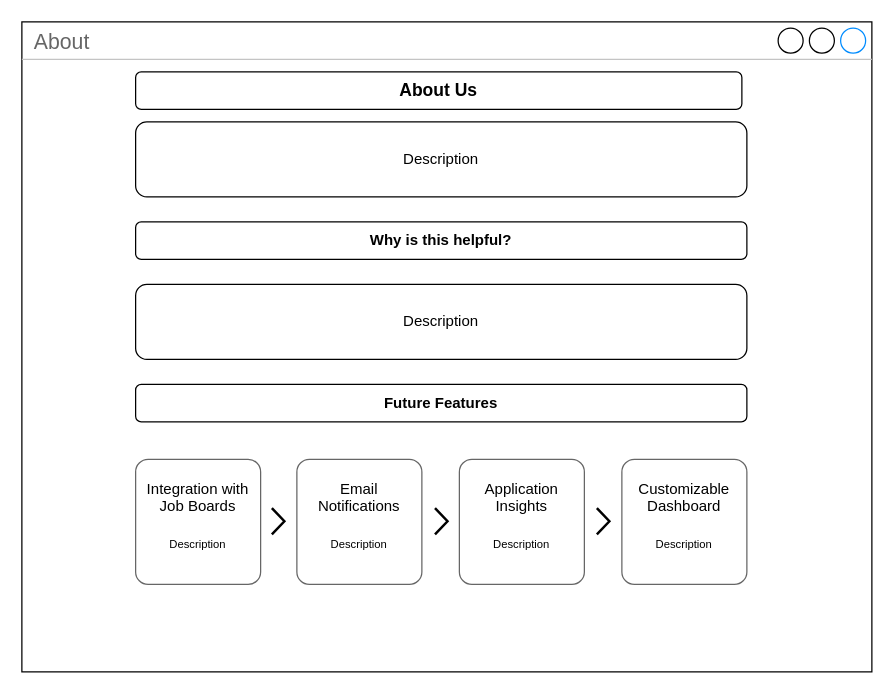
Earlier version of the draw.io diagram page "About" (1 of 4) of Project_Homework/CFG JobFlow Diagram.drawio (irina-sheveliova/CFG-Job-tracker). Source tidied: cells renumbered, new cells numbered last; positions are measured from the earlier drawing's top-left corner, leaving out a move shared by most shapes. Both pictures are drawn from the tidied source at 125%, with x=0, y=0 at pixel (21, 21).
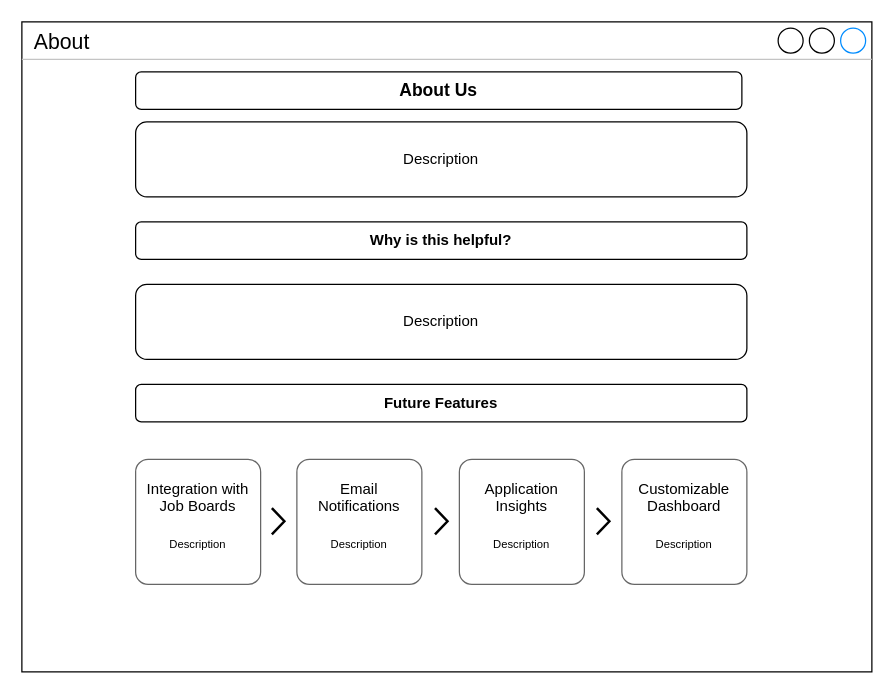
The same diagram, later.

The edit, as a diff of the source:
```diff
@@
 <mxGraphModel>
   <root>
     <mxCell id="0" />
     <mxCell id="1" parent="0" />
-    <mxCell id="2" value="About" style="strokeWidth=1;shadow=0;dashed=0;align=center;html=1;shape=mxgraph.mockup.containers.window;align=left;verticalAlign=top;spacingLeft=8;strokeColor2=#008cff;strokeColor3=#c4c4c4;fontColor=#666666;mainText=;fontSize=17;labelBackgroundColor=none;whiteSpace=wrap;" parent="1" vertex="1">
+    <mxCell id="2" value="About" style="strokeWidth=1;shadow=0;dashed=0;align=center;html=1;shape=mxgraph.mockup.containers.window;align=left;verticalAlign=top;spacingLeft=8;strokeColor2=#008cff;strokeColor3=#c4c4c4;mainText=;fontSize=17;labelBackgroundColor=none;whiteSpace=wrap;" parent="1" vertex="1">
       <mxGeometry width="680" height="520" as="geometry" />
     </mxCell>
     <mxCell id="3" value="&lt;b&gt;&lt;font style=&quot;font-size: 14px;&quot;&gt;About Us&lt;/font&gt;&lt;/b&gt;" style="rounded=1;whiteSpace=wrap;html=1;" parent="1" vertex="1">
       <mxGeometry x="91" y="40" width="485" height="30" as="geometry" />
     </mxCell>
     <mxCell id="4" value="&lt;b&gt;Why is this helpful?&lt;/b&gt;" style="rounded=1;whiteSpace=wrap;html=1;" parent="1" vertex="1">
       <mxGeometry x="91" y="160" width="489" height="30" as="geometry" />
     </mxCell>
     <mxCell id="5" value="&lt;b&gt;Future Features&lt;/b&gt;" style="rounded=1;whiteSpace=wrap;html=1;" parent="1" vertex="1">
       <mxGeometry x="91" y="290" width="489" height="30" as="geometry" />
     </mxCell>
     <mxCell id="6" value="Description" style="rounded=1;whiteSpace=wrap;html=1;" parent="1" vertex="1">
       <mxGeometry x="91" y="80" width="489" height="60" as="geometry" />
     </mxCell>
     <mxCell id="7" value="Description" style="rounded=1;whiteSpace=wrap;html=1;" parent="1" vertex="1">
       <mxGeometry x="91" y="210" width="489" height="60" as="geometry" />
     </mxCell>
     <mxCell id="8" value="Integration with Job Boards&lt;br&gt;&lt;br&gt;&lt;font style=&quot;font-size: 9px;&quot;&gt;Description&lt;/font&gt;" style="shape=mxgraph.mockup.containers.marginRect;rectMarginTop=10;strokeColor=#666666;strokeWidth=1;dashed=0;rounded=1;arcSize=5;html=1;whiteSpace=wrap;" parent="1" vertex="1">
       <mxGeometry x="91" y="340" width="100" height="110" as="geometry" />
     </mxCell>
     <mxCell id="9" value="Email Notifications&lt;br&gt;&lt;br&gt;&lt;font style=&quot;font-size: 9px;&quot;&gt;Description&lt;/font&gt;" style="shape=mxgraph.mockup.containers.marginRect;rectMarginTop=10;strokeColor=#666666;strokeWidth=1;dashed=0;rounded=1;arcSize=5;html=1;whiteSpace=wrap;" parent="1" vertex="1">
       <mxGeometry x="220" y="340" width="100" height="110" as="geometry" />
     </mxCell>
     <mxCell id="10" value="Application Insights&lt;br&gt;&lt;br&gt;&lt;font style=&quot;font-size: 9px;&quot;&gt;Description&lt;/font&gt;" style="shape=mxgraph.mockup.containers.marginRect;rectMarginTop=10;strokeColor=#666666;strokeWidth=1;dashed=0;rounded=1;arcSize=5;html=1;whiteSpace=wrap;" parent="1" vertex="1">
       <mxGeometry x="350" y="340" width="100" height="110" as="geometry" />
     </mxCell>
     <mxCell id="11" value="Customizable Dashboard&lt;br&gt;&lt;br&gt;&lt;font style=&quot;font-size: 9px;&quot;&gt;Description&lt;/font&gt;" style="shape=mxgraph.mockup.containers.marginRect;rectMarginTop=10;strokeColor=#666666;strokeWidth=1;dashed=0;rounded=1;arcSize=5;html=1;whiteSpace=wrap;" parent="1" vertex="1">
       <mxGeometry x="480" y="340" width="100" height="110" as="geometry" />
     </mxCell>
     <mxCell id="12" style="html=1;verticalLabelPosition=bottom;labelBackgroundColor=#ffffff;verticalAlign=top;shadow=0;dashed=0;strokeWidth=2;shape=mxgraph.ios7.misc.right;strokeColor=#000000;" parent="1" vertex="1">
       <mxGeometry x="200" y="389" width="10" height="21" as="geometry" />
     </mxCell>
     <mxCell id="13" style="html=1;verticalLabelPosition=bottom;labelBackgroundColor=#ffffff;verticalAlign=top;shadow=0;dashed=0;strokeWidth=2;shape=mxgraph.ios7.misc.right;strokeColor=#000000;" parent="1" vertex="1">
       <mxGeometry x="330.5" y="389" width="10" height="21" as="geometry" />
     </mxCell>
     <mxCell id="14" style="html=1;verticalLabelPosition=bottom;labelBackgroundColor=#ffffff;verticalAlign=top;shadow=0;dashed=0;strokeWidth=2;shape=mxgraph.ios7.misc.right;strokeColor=#000000;" parent="1" vertex="1">
       <mxGeometry x="460" y="389" width="10" height="21" as="geometry" />
     </mxCell>
   </root>
 </mxGraphModel>
```
